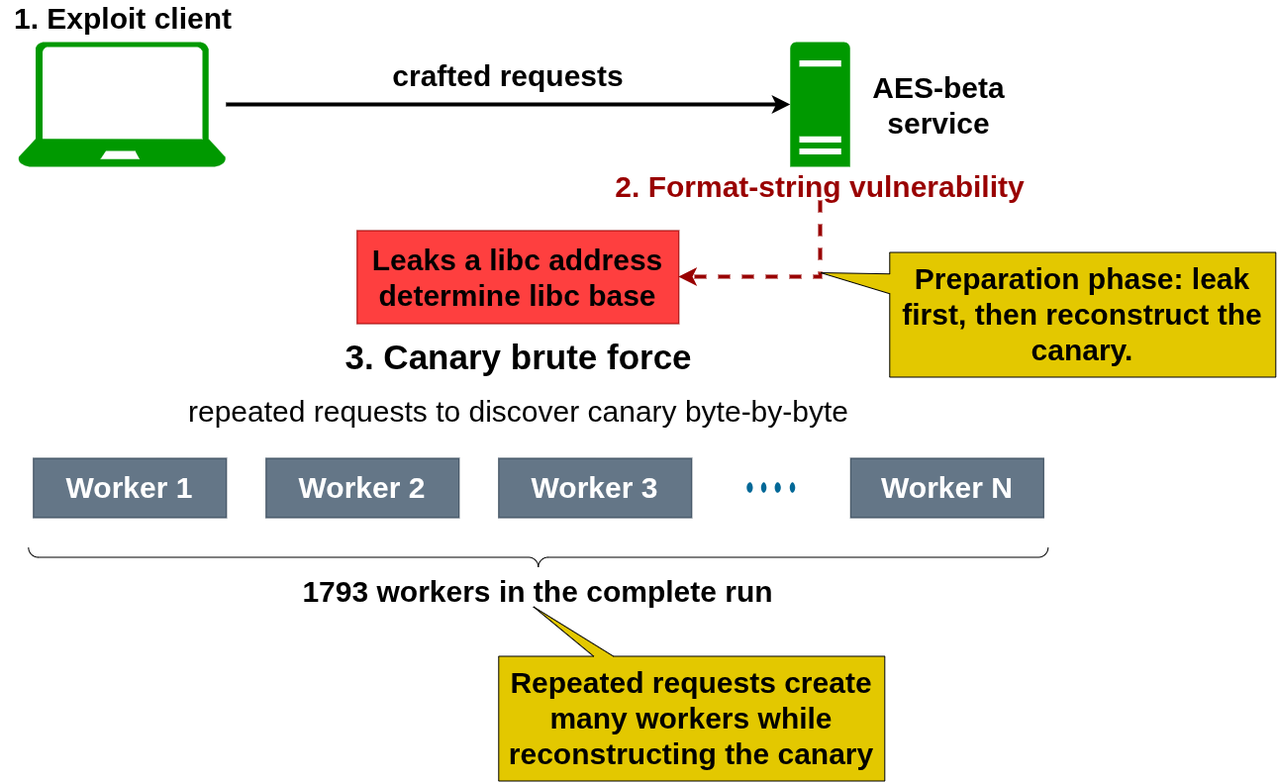
Earlier version of the draw.io export figures/chapter6/ctf_exploitation_flow.drawio.png (sroman0/Thesis). Source tidied: cells renumbered, new cells last; positions are measured from the earlier drawing's top-left corner, leaving out a move shared by most shapes.
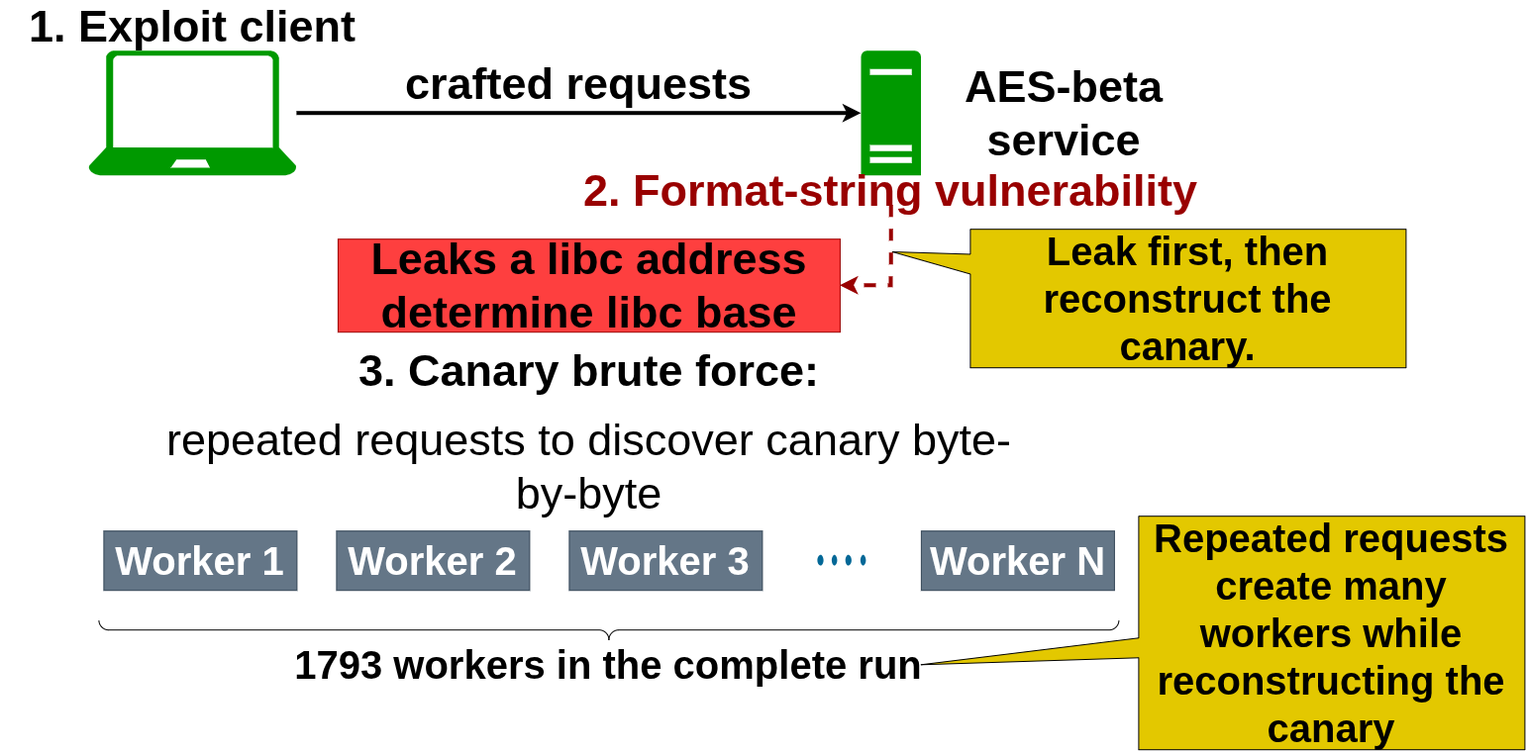
After the change.

Diff of the diagram source:
```diff
@@ -5,8 +5,8 @@
     <mxCell id="2" style="sketch=0;shadow=0;dashed=0;html=1;strokeColor=none;labelPosition=center;verticalLabelPosition=bottom;verticalAlign=top;align=center;fillColor=#009900;shape=mxgraph.azure.laptop;fontColor=#5AA9E6;" parent="1" vertex="1">
       <mxGeometry x="19" y="40" width="210" height="126" as="geometry" />
     </mxCell>
-    <mxCell id="3" value="&lt;b&gt;&lt;font style=&quot;font-size: 30px; color: rgb(0, 0, 0);&quot;&gt;1. Exploit client&lt;/font&gt;&lt;/b&gt;" style="text;html=1;whiteSpace=wrap;strokeColor=none;fillColor=none;align=center;verticalAlign=middle;rounded=0;fontColor=#5AA9E6;" parent="1" vertex="1">
-      <mxGeometry x="0.2" width="247.5" height="30" as="geometry" />
+    <mxCell id="3" value="&lt;b&gt;&lt;font style=&quot;color: rgb(0, 0, 0); font-size: 45px;&quot;&gt;1. Exploit client&lt;/font&gt;&lt;/b&gt;" style="text;html=1;whiteSpace=wrap;strokeColor=none;fillColor=none;align=center;verticalAlign=middle;rounded=0;fontColor=#5AA9E6;" parent="1" vertex="1">
+      <mxGeometry x="-71" width="390" height="30" as="geometry" />
     </mxCell>
     <mxCell id="4" style="sketch=0;shadow=0;dashed=0;html=1;strokeColor=none;labelPosition=center;verticalLabelPosition=bottom;verticalAlign=top;align=center;fillColor=#009900;shape=mxgraph.mscae.enterprise.server_generic;fontColor=#5AA9E6;" parent="1" vertex="1">
       <mxGeometry x="799" y="40" width="60.5" height="126" as="geometry" />
@@ -14,50 +14,50 @@
     <mxCell id="5" style="edgeStyle=orthogonalEdgeStyle;rounded=0;jettySize=auto;html=1;entryX=0;entryY=0.5;entryDx=0;entryDy=0;entryPerimeter=0;strokeColor=#000000;fontColor=#5AA9E6;fillColor=#FFE45E;strokeWidth=4;" parent="1" edge="1" source="2" target="4">
       <mxGeometry relative="1" as="geometry" />
     </mxCell>
-    <mxCell id="6" value="&lt;b&gt;&lt;font style=&quot;font-size: 30px; color: rgb(0, 0, 0);&quot;&gt;AES-beta&lt;/font&gt;&lt;/b&gt;&lt;div&gt;&lt;b&gt;&lt;font style=&quot;font-size: 30px; color: rgb(0, 0, 0);&quot;&gt;service&lt;/font&gt;&lt;/b&gt;&lt;/div&gt;" style="text;html=1;whiteSpace=wrap;strokeColor=none;fillColor=none;align=center;verticalAlign=middle;rounded=0;fontColor=#5AA9E6;" parent="1" vertex="1">
-      <mxGeometry x="869" y="88" width="160" height="30" as="geometry" />
+    <mxCell id="6" value="&lt;b&gt;&lt;font style=&quot;color: rgb(0, 0, 0); font-size: 45px;&quot;&gt;AES-beta&lt;/font&gt;&lt;/b&gt;&lt;div&gt;&lt;b&gt;&lt;font style=&quot;color: rgb(0, 0, 0); font-size: 45px;&quot;&gt;service&lt;/font&gt;&lt;/b&gt;&lt;/div&gt;" style="text;html=1;whiteSpace=wrap;strokeColor=none;fillColor=none;align=center;verticalAlign=middle;rounded=0;fontColor=#5AA9E6;" parent="1" vertex="1">
+      <mxGeometry x="869" y="88" width="270" height="30" as="geometry" />
     </mxCell>
-    <mxCell id="7" value="&lt;b&gt;&lt;font style=&quot;font-size: 30px; color: rgb(0, 0, 0);&quot;&gt;crafted requests&lt;/font&gt;&lt;/b&gt;" style="text;html=1;whiteSpace=wrap;strokeColor=none;fillColor=none;align=center;verticalAlign=middle;rounded=0;fontColor=#5AA9E6;" parent="1" vertex="1">
-      <mxGeometry x="390" y="58" width="247.5" height="30" as="geometry" />
+    <mxCell id="7" value="&lt;b&gt;&lt;font style=&quot;color: rgb(0, 0, 0); font-size: 45px;&quot;&gt;crafted requests&lt;/font&gt;&lt;/b&gt;" style="text;html=1;whiteSpace=wrap;strokeColor=none;fillColor=none;align=center;verticalAlign=middle;rounded=0;fontColor=#5AA9E6;" parent="1" vertex="1">
+      <mxGeometry x="279" y="58" width="470" height="30" as="geometry" />
     </mxCell>
-    <mxCell id="8" value="&lt;font&gt;&lt;span style=&quot;font-size: 30px; color: rgb(153, 0, 0);&quot;&gt;&lt;b style=&quot;&quot;&gt;2. Format-string vulnerability&lt;/b&gt;&lt;/span&gt;&lt;/font&gt;" style="text;html=1;whiteSpace=wrap;strokeColor=none;fillColor=none;align=center;verticalAlign=middle;rounded=0;fontColor=#5AA9E6;" parent="1" vertex="1">
-      <mxGeometry x="609.1" y="170" width="440.2" height="30" as="geometry" />
+    <mxCell id="8" value="&lt;font style=&quot;font-size: 45px;&quot;&gt;&lt;span style=&quot;color: rgb(153, 0, 0);&quot;&gt;&lt;b style=&quot;&quot;&gt;2. Format-string vulnerability&lt;/b&gt;&lt;/span&gt;&lt;/font&gt;" style="text;html=1;whiteSpace=wrap;strokeColor=none;fillColor=none;align=center;verticalAlign=middle;rounded=0;fontColor=#5AA9E6;" parent="1" vertex="1">
+      <mxGeometry x="509.1" y="166" width="640.4" height="30" as="geometry" />
     </mxCell>
-    <mxCell id="9" value="&lt;span style=&quot;color: light-dark(rgb(0, 0, 0), rgb(0, 0, 0));&quot;&gt;&lt;b&gt;&lt;font style=&quot;font-size: 30px;&quot;&gt;Leaks a libc address determine libc base&lt;/font&gt;&lt;/b&gt;&lt;/span&gt;" style="rounded=0;whiteSpace=wrap;html=1;strokeColor=#990000;fontColor=#5AA9E6;fillColor=#FE3F3F;" parent="1" vertex="1">
-      <mxGeometry x="361" y="230" width="325" height="94" as="geometry" />
+    <mxCell id="9" value="&lt;span style=&quot;color: light-dark(rgb(0, 0, 0), rgb(0, 0, 0));&quot;&gt;&lt;b&gt;&lt;font style=&quot;font-size: 45px;&quot;&gt;Leaks a libc address determine libc base&lt;/font&gt;&lt;/b&gt;&lt;/span&gt;" style="rounded=0;whiteSpace=wrap;html=1;strokeColor=#990000;fontColor=#5AA9E6;fillColor=#FE3F3F;" parent="1" vertex="1">
+      <mxGeometry x="270.5" y="230" width="507" height="94" as="geometry" />
     </mxCell>
     <mxCell id="10" style="edgeStyle=orthogonalEdgeStyle;rounded=0;jettySize=auto;html=1;entryX=1;entryY=0.5;entryDx=0;entryDy=0;strokeColor=#990000;fontColor=#5AA9E6;fillColor=#FFE45E;strokeWidth=4;exitX=0.5;exitY=1;exitDx=0;exitDy=0;dashed=1;" parent="1" edge="1" source="8" target="9">
       <mxGeometry relative="1" as="geometry" />
     </mxCell>
-    <mxCell id="11" value="&lt;span style=&quot;color: light-dark(rgb(0, 0, 0), rgb(0, 0, 0));&quot;&gt;&lt;b&gt;&lt;font style=&quot;font-size: 30px;&quot;&gt;Preparation phase: leak first, then reconstruct the canary.&lt;/font&gt;&lt;/b&gt;&lt;/span&gt;" style="shape=wedgeCallout;whiteSpace=wrap;html=1;tipX=-0.679;tipY=-0.337;fillColor=light-dark(#E3C800,#FFFF00);fontColor=#000000;strokeColor=light-dark(#000000,#000000);" parent="1" vertex="1">
-      <mxGeometry x="899" y="252" width="390" height="126" as="geometry" />
+    <mxCell id="11" value="&lt;span style=&quot;color: light-dark(rgb(0, 0, 0), rgb(0, 0, 0));&quot;&gt;&lt;b&gt;&lt;font style=&quot;font-size: 40px;&quot;&gt;Leak first, then reconstruct the canary.&lt;/font&gt;&lt;/b&gt;&lt;/span&gt;" style="shape=wedgeCallout;whiteSpace=wrap;html=1;tipX=-0.679;tipY=-0.337;fillColor=light-dark(#E3C800,#FFFF00);fontColor=#000000;strokeColor=light-dark(#000000,#000000);" parent="1" vertex="1">
+      <mxGeometry x="909" y="220" width="440" height="140" as="geometry" />
     </mxCell>
-    <mxCell id="12" value="&lt;h1 style=&quot;margin-top: 0px;&quot;&gt;&lt;font style=&quot;font-size: 35px; color: light-dark(rgb(0, 0, 0), rgb(204, 0, 0));&quot;&gt;3. Canary brute force&lt;/font&gt;&lt;/h1&gt;&lt;p&gt;&lt;font style=&quot;font-size: 30px; color: light-dark(rgb(0, 0, 0), rgb(204, 0, 0));&quot;&gt;repeated requests to discover canary byte-by-byte&lt;/font&gt;&lt;/p&gt;" style="text;html=1;whiteSpace=wrap;overflow=hidden;rounded=0;align=center;" parent="1" vertex="1">
-      <mxGeometry x="86.6" y="330" width="874.8" height="100" as="geometry" />
+    <mxCell id="12" value="&lt;h1 style=&quot;margin-top: 0px;&quot;&gt;&lt;font style=&quot;color: light-dark(rgb(0, 0, 0), rgb(204, 0, 0)); font-size: 45px;&quot;&gt;3. Canary brute force:&lt;/font&gt;&lt;/h1&gt;&lt;h1 style=&quot;margin-top: 0px;&quot;&gt;&lt;span style=&quot;background-color: transparent; color: light-dark(rgb(0, 0, 0), rgb(204, 0, 0)); font-size: 45px; font-weight: normal;&quot;&gt;repeated requests to discover canary byte-by-byte&lt;/span&gt;&lt;/h1&gt;" style="text;html=1;whiteSpace=wrap;overflow=hidden;rounded=0;align=center;" parent="1" vertex="1">
+      <mxGeometry x="86.6" y="330" width="874.8" height="180" as="geometry" />
     </mxCell>
-    <mxCell id="13" value="&lt;b&gt;&lt;font style=&quot;font-size: 30px;&quot;&gt;Worker 1&lt;/font&gt;&lt;/b&gt;" style="rounded=0;whiteSpace=wrap;html=1;strokeColor=#314354;fillColor=#647687;fontColor=#ffffff;" parent="1" vertex="1">
-      <mxGeometry x="34" y="460" width="195" height="60" as="geometry" />
+    <mxCell id="13" value="&lt;b&gt;&lt;font style=&quot;font-size: 40px;&quot;&gt;Worker 1&lt;/font&gt;&lt;/b&gt;" style="rounded=0;whiteSpace=wrap;html=1;strokeColor=#314354;fillColor=#647687;fontColor=#ffffff;" parent="1" vertex="1">
+      <mxGeometry x="34" y="525" width="195" height="60" as="geometry" />
     </mxCell>
-    <mxCell id="14" value="&lt;b&gt;&lt;font style=&quot;font-size: 30px;&quot;&gt;Worker 2&lt;/font&gt;&lt;/b&gt;" style="rounded=0;whiteSpace=wrap;html=1;strokeColor=#314354;fillColor=#647687;fontColor=#ffffff;" parent="1" vertex="1">
-      <mxGeometry x="269" y="460" width="195" height="60" as="geometry" />
+    <mxCell id="14" value="&lt;b&gt;&lt;font&gt;Worker 2&lt;/font&gt;&lt;/b&gt;" style="rounded=0;whiteSpace=wrap;html=1;strokeColor=#314354;fillColor=#647687;fontColor=#ffffff;fontSize=40;" parent="1" vertex="1">
+      <mxGeometry x="269" y="525" width="195" height="60" as="geometry" />
     </mxCell>
-    <mxCell id="15" value="&lt;b&gt;&lt;font style=&quot;font-size: 30px;&quot;&gt;Worker 3&lt;/font&gt;&lt;/b&gt;" style="rounded=0;whiteSpace=wrap;html=1;strokeColor=#314354;fillColor=#647687;fontColor=#ffffff;" parent="1" vertex="1">
-      <mxGeometry x="504" y="460" width="195" height="60" as="geometry" />
+    <mxCell id="15" value="&lt;b&gt;&lt;font&gt;Worker 3&lt;/font&gt;&lt;/b&gt;" style="rounded=0;whiteSpace=wrap;html=1;strokeColor=#314354;fillColor=#647687;fontColor=#ffffff;fontSize=40;" parent="1" vertex="1">
+      <mxGeometry x="504" y="525" width="195" height="60" as="geometry" />
     </mxCell>
-    <mxCell id="16" value="&lt;b&gt;&lt;font style=&quot;font-size: 30px;&quot;&gt;Worker N&lt;/font&gt;&lt;/b&gt;" style="rounded=0;whiteSpace=wrap;html=1;strokeColor=#314354;fillColor=#647687;fontColor=#ffffff;" parent="1" vertex="1">
-      <mxGeometry x="859.5" y="460" width="195" height="60" as="geometry" />
+    <mxCell id="16" value="&lt;b&gt;&lt;font&gt;Worker N&lt;/font&gt;&lt;/b&gt;" style="rounded=0;whiteSpace=wrap;html=1;strokeColor=#314354;fillColor=#647687;fontColor=#ffffff;fontSize=40;" parent="1" vertex="1">
+      <mxGeometry x="859.5" y="525" width="195" height="60" as="geometry" />
     </mxCell>
     <mxCell id="17" style="sketch=0;html=1;dashed=0;fillColor=#036897;strokeColor=#ffffff;strokeWidth=2;verticalLabelPosition=bottom;verticalAlign=top;align=center;shape=mxgraph.cisco.misc.dot-dot;" parent="1" vertex="1">
-      <mxGeometry x="755" y="480" width="49" height="20" as="geometry" />
+      <mxGeometry x="755" y="545" width="49" height="20" as="geometry" />
     </mxCell>
     <mxCell id="18" style="verticalLabelPosition=bottom;shadow=0;dashed=0;align=center;html=1;verticalAlign=top;strokeWidth=1;shape=mxgraph.mockup.markup.curlyBrace;whiteSpace=wrap;strokeColor=default;rotation=-180;" parent="1" vertex="1">
-      <mxGeometry x="29" y="550" width="1030" height="20" as="geometry" />
+      <mxGeometry x="29" y="615" width="1030" height="20" as="geometry" />
     </mxCell>
-    <mxCell id="19" value="&lt;b&gt;&lt;font style=&quot;font-size: 30px;&quot;&gt;1793 workers in the complete run&lt;/font&gt;&lt;/b&gt;" style="text;html=1;whiteSpace=wrap;strokeColor=none;fillColor=none;align=center;verticalAlign=middle;rounded=0;" parent="1" vertex="1">
-      <mxGeometry x="82.8" y="580" width="922.4" height="30" as="geometry" />
+    <mxCell id="19" value="&lt;b&gt;&lt;font&gt;1793 workers in the complete run&lt;/font&gt;&lt;/b&gt;" style="text;html=1;whiteSpace=wrap;strokeColor=none;fillColor=none;align=center;verticalAlign=middle;rounded=0;fontSize=40;" parent="1" vertex="1">
+      <mxGeometry x="82.8" y="645" width="922.4" height="30" as="geometry" />
     </mxCell>
-    <mxCell id="20" value="&lt;span style=&quot;color: light-dark(rgb(0, 0, 0), rgb(0, 0, 0));&quot;&gt;&lt;b&gt;&lt;font style=&quot;font-size: 30px;&quot;&gt;Repeated requests create many workers while reconstructing the canary&lt;/font&gt;&lt;/b&gt;&lt;/span&gt;" style="shape=wedgeCallout;whiteSpace=wrap;html=1;tipX=-0.41;tipY=-0.897;fillColor=light-dark(#E3C800,#FFFF00);fontColor=#000000;strokeColor=light-dark(#000000,#000000);" parent="1" vertex="1">
-      <mxGeometry x="504" y="660" width="390" height="126" as="geometry" />
+    <mxCell id="20" value="&lt;span style=&quot;color: light-dark(rgb(0, 0, 0), rgb(0, 0, 0));&quot;&gt;&lt;b&gt;&lt;font&gt;Repeated requests create many workers while reconstructing the canary&lt;/font&gt;&lt;/b&gt;&lt;/span&gt;" style="shape=wedgeCallout;whiteSpace=wrap;html=1;tipX=-1.064;tipY=0.136;fillColor=light-dark(#E3C800,#FFFF00);fontColor=#000000;strokeColor=light-dark(#000000,#000000);fontSize=40;" parent="1" vertex="1">
+      <mxGeometry x="1079" y="510" width="390" height="236" as="geometry" />
     </mxCell>
   </root>
 </mxGraphModel>
```
